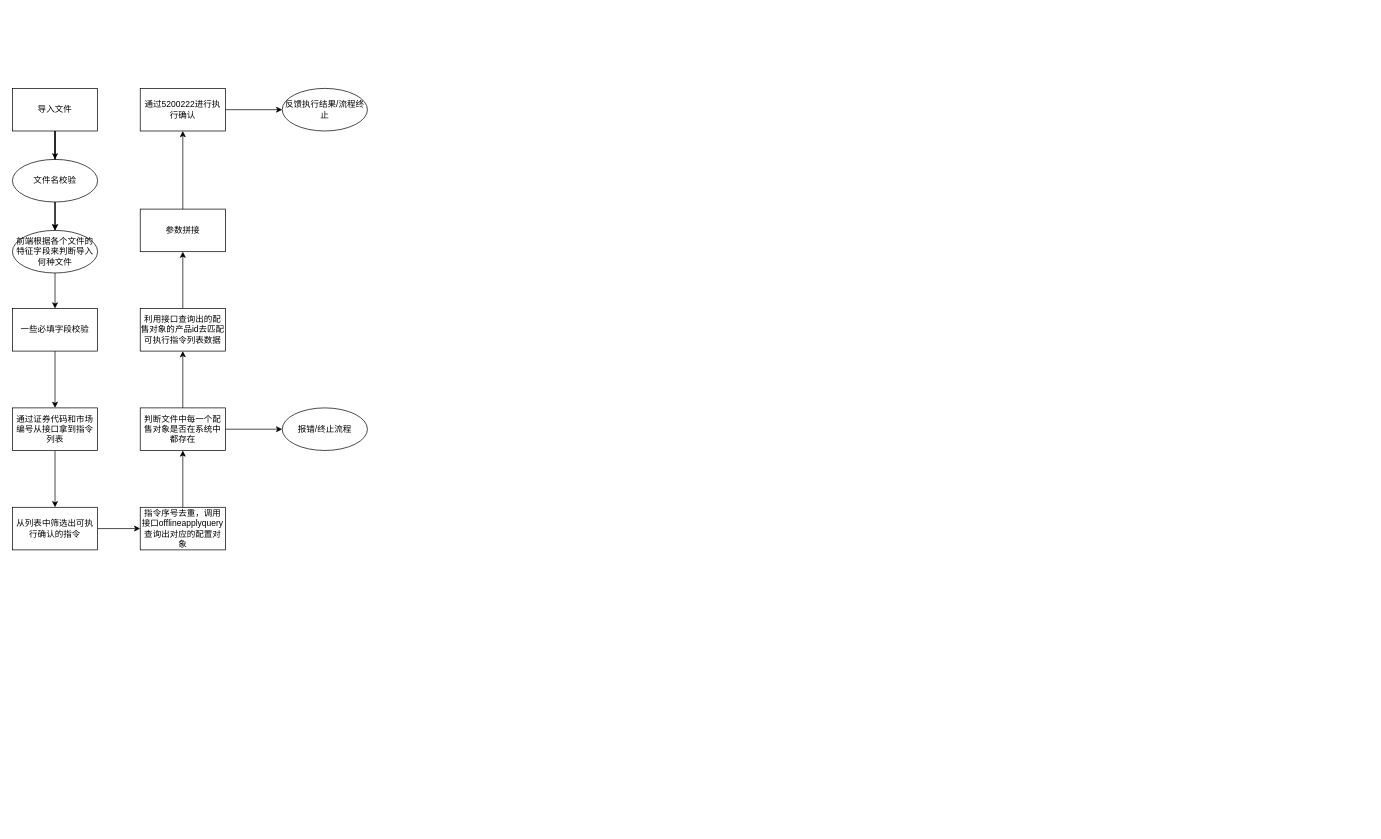
caiwuu/draw.io keeps this draw.io diagram as 执行确认.drawio. Above is the earlier version. Source tidied: cells renumbered, new cells numbered last; positions are measured from the earlier drawing's top-left corner, leaving out a move shared by most shapes. Both pictures are drawn from the tidied source at 71%, with x=0, y=0 at pixel (12, 88).
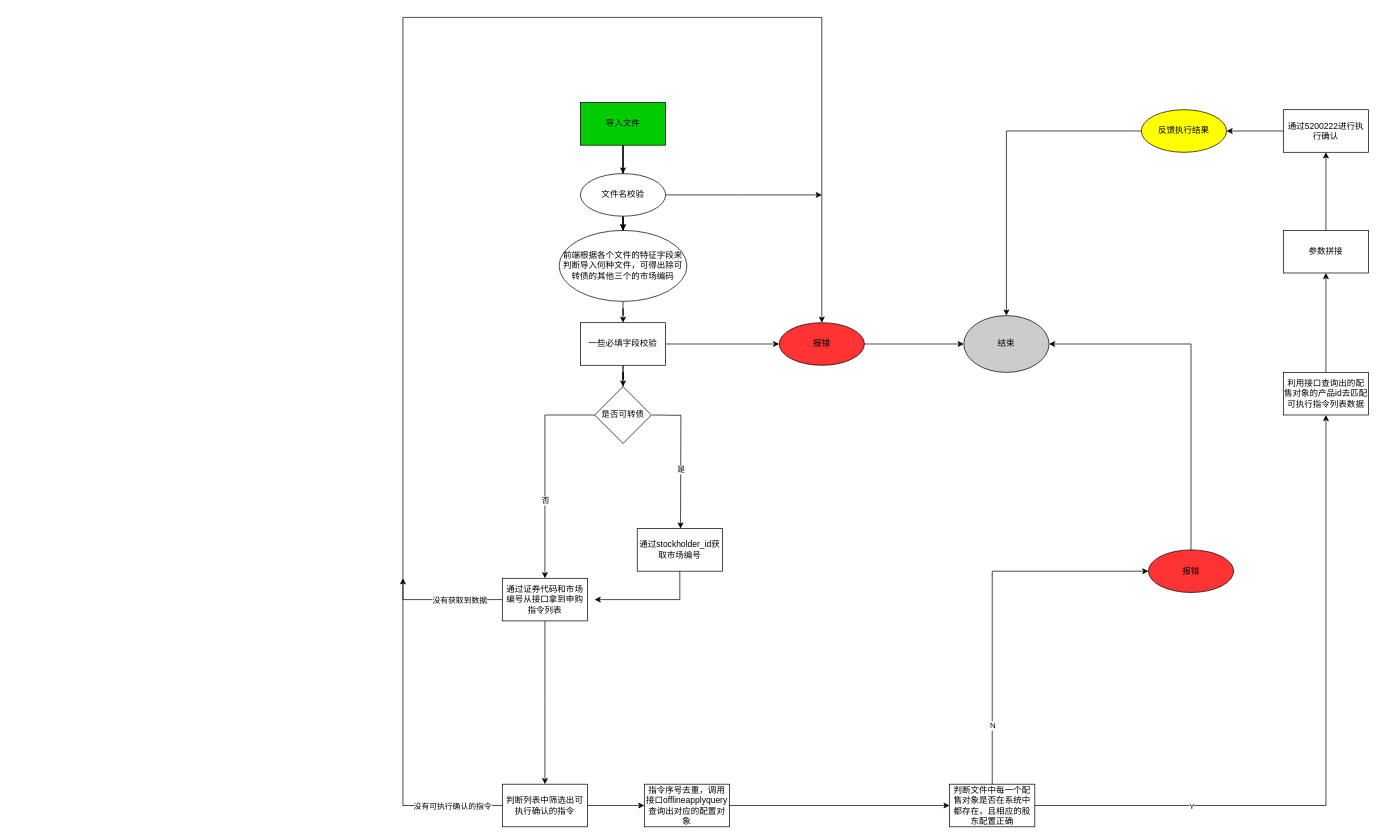
After the change.

Commit message:
更新执行确认.drawio

What changed in the source:
```diff
@@
-    <mxCell id="6" value="导入文件" style="rounded=0;whiteSpace=wrap;html=1;" parent="1" vertex="1">
-      <mxGeometry width="120" height="60" as="geometry" />
+    <mxCell id="6" value="导入文件" style="rounded=0;whiteSpace=wrap;html=1;fillColor=#00CC00;" parent="1" vertex="1">
+      <mxGeometry x="800" y="20" width="120" height="60" as="geometry" />
     </mxCell>
-    <mxCell id="7" style="edgeStyle=orthogonalEdgeStyle;rounded=0;jettySize=auto;html=1;" parent="1" edge="1" source="8" target="14">
+    <mxCell id="7" style="edgeStyle=orthogonalEdgeStyle;rounded=0;jettySize=auto;html=1;startArrow=none;exitX=0;exitY=0.5;exitDx=0;exitDy=0;" parent="1" edge="1" source="46" target="14">
       <mxGeometry relative="1" as="geometry" />
     </mxCell>
+    <mxCell id="30" value="否" style="edgeLabel;html=1;align=center;verticalAlign=middle;" parent="7" vertex="1">
+      <mxGeometry x="-0.01" y="1" relative="1" as="geometry">
+        <mxPoint x="-1" y="41" as="offset" />
+      </mxGeometry>
+    </mxCell>
+    <mxCell id="31" style="edgeStyle=orthogonalEdgeStyle;rounded=0;jettySize=auto;html=1;" parent="1" edge="1" source="8" target="46">
+      <mxGeometry relative="1" as="geometry" />
+    </mxCell>
+    <mxCell id="32" style="edgeStyle=orthogonalEdgeStyle;rounded=0;jettySize=auto;html=1;entryX=0;entryY=0.5;entryDx=0;entryDy=0;" parent="1" edge="1" source="8" target="51">
+      <mxGeometry relative="1" as="geometry" />
+    </mxCell>
     <mxCell id="8" value="一些必填字段校验" style="whiteSpace=wrap;html=1;rounded=0;" parent="1" vertex="1">
-      <mxGeometry y="310" width="120" height="60" as="geometry" />
+      <mxGeometry x="800" y="330" width="120" height="60" as="geometry" />
     </mxCell>
-    <mxCell id="9" value="前端根据各个文件的特征字段来判断导入何种文件" style="ellipse;whiteSpace=wrap;html=1;rounded=0;" parent="1" vertex="1">
-      <mxGeometry y="200" width="120" height="60" as="geometry" />
+    <mxCell id="9" value="前端根据各个文件的特征字段来判断导入何种文件，可得出除可转债的其他三个的市场编码" style="ellipse;whiteSpace=wrap;html=1;rounded=0;" parent="1" vertex="1">
+      <mxGeometry x="770" y="200" width="180" height="100" as="geometry" />
     </mxCell>
@@
+    <mxCell id="33" style="edgeStyle=orthogonalEdgeStyle;rounded=0;jettySize=auto;html=1;" parent="1" edge="1" source="11">
+      <mxGeometry relative="1" as="geometry">
+        <mxPoint x="1140" y="150" as="targetPoint" />
+      </mxGeometry>
+    </mxCell>
     <mxCell id="11" value="文件名校验" style="ellipse;whiteSpace=wrap;html=1;rounded=0;" parent="1" vertex="1">
-      <mxGeometry y="100" width="120" height="60" as="geometry" />
+      <mxGeometry x="800" y="120" width="120" height="60" as="geometry" />
     </mxCell>
@@
-    <mxCell id="13" style="edgeStyle=orthogonalEdgeStyle;rounded=0;jettySize=auto;html=1;" parent="1" edge="1" source="14" target="16">
-      <mxGeometry relative="1" as="geometry" />
-    </mxCell>
+    <mxCell id="34" style="edgeStyle=orthogonalEdgeStyle;rounded=0;jettySize=auto;html=1;entryX=0.5;entryY=0;entryDx=0;entryDy=0;" parent="1" edge="1" source="14" target="51">
+      <mxGeometry relative="1" as="geometry">
+        <Array as="points">
+          <mxPoint x="550" y="720" />
+          <mxPoint x="550" y="-100" />
+          <mxPoint x="1140" y="-100" />
+        </Array>
+      </mxGeometry>
+    </mxCell>
+    <mxCell id="35" value="没有获取到数据" style="edgeLabel;html=1;align=center;verticalAlign=middle;" parent="34" vertex="1">
+      <mxGeometry x="-0.95" y="1" relative="1" as="geometry">
+        <mxPoint x="-11" as="offset" />
+      </mxGeometry>
+    </mxCell>
+    <mxCell id="36" style="edgeStyle=orthogonalEdgeStyle;rounded=0;jettySize=auto;html=1;" parent="1" edge="1" source="14">
+      <mxGeometry relative="1" as="geometry">
+        <mxPoint x="750" y="980" as="targetPoint" />
+      </mxGeometry>
+    </mxCell>
-    <mxCell id="14" value="通过证券代码和市场编号从接口拿到指令列表" style="rounded=0;whiteSpace=wrap;html=1;" parent="1" vertex="1">
-      <mxGeometry y="450" width="120" height="60" as="geometry" />
+    <mxCell id="14" value="通过证券代码和市场编号从接口拿到申购指令列表" style="rounded=0;whiteSpace=wrap;html=1;" parent="1" vertex="1">
+      <mxGeometry x="690" y="690" width="120" height="60" as="geometry" />
     </mxCell>
@@
+    <mxCell id="37" style="edgeStyle=orthogonalEdgeStyle;rounded=0;jettySize=auto;html=1;" parent="1" edge="1" source="16">
+      <mxGeometry relative="1" as="geometry">
+        <mxPoint x="550" y="690" as="targetPoint" />
+        <Array as="points">
+          <mxPoint x="550" y="1010" />
+        </Array>
+      </mxGeometry>
+    </mxCell>
+    <mxCell id="38" value="没有可执行确认的指令" style="edgeLabel;html=1;align=center;verticalAlign=middle;" parent="37" vertex="1">
+      <mxGeometry x="-0.81" relative="1" as="geometry">
+        <mxPoint x="-27" as="offset" />
+      </mxGeometry>
+    </mxCell>
-    <mxCell id="16" value="从列表中筛选出可执行确认的指令" style="rounded=0;whiteSpace=wrap;html=1;" parent="1" vertex="1">
-      <mxGeometry y="590" width="120" height="60" as="geometry" />
+    <mxCell id="16" value="判断列表中筛选出可执行确认的指令" style="rounded=0;whiteSpace=wrap;html=1;" parent="1" vertex="1">
+      <mxGeometry x="690" y="980" width="120" height="60" as="geometry" />
     </mxCell>
@@
     <mxCell id="18" value="指令序号去重，调用接口offlineapplyquery查询出对应的配置对象" style="rounded=0;whiteSpace=wrap;html=1;" parent="1" vertex="1">
-      <mxGeometry x="180" y="590" width="120" height="60" as="geometry" />
+      <mxGeometry x="890" y="980" width="120" height="60" as="geometry" />
     </mxCell>
     <mxCell id="19" style="edgeStyle=orthogonalEdgeStyle;rounded=0;jettySize=auto;html=1;" parent="1" edge="1" source="21" target="22">
-      <mxGeometry relative="1" as="geometry" />
+      <mxGeometry relative="1" as="geometry">
+        <Array as="points">
+          <mxPoint x="1380" y="680" />
+        </Array>
+      </mxGeometry>
     </mxCell>
+    <mxCell id="39" value="N" style="edgeLabel;html=1;align=center;verticalAlign=middle;" parent="19" vertex="1">
+      <mxGeometry x="-0.68" relative="1" as="geometry" />
+    </mxCell>
     <mxCell id="20" style="edgeStyle=orthogonalEdgeStyle;rounded=0;jettySize=auto;html=1;" parent="1" edge="1" source="21" target="24">
-      <mxGeometry relative="1" as="geometry" />
+      <mxGeometry relative="1" as="geometry">
+        <Array as="points">
+          <mxPoint x="1850" y="1010" />
+        </Array>
+      </mxGeometry>
     </mxCell>
+    <mxCell id="40" value="Y" style="edgeLabel;html=1;align=center;verticalAlign=middle;" parent="20" vertex="1">
+      <mxGeometry x="-0.69" y="-1" relative="1" as="geometry">
+        <mxPoint x="71" y="-1" as="offset" />
+      </mxGeometry>
+    </mxCell>
-    <mxCell id="21" value="判断文件中每一个配售对象是否在系统中都存在" style="whiteSpace=wrap;html=1;rounded=0;" parent="1" vertex="1">
-      <mxGeometry x="180" y="450" width="120" height="60" as="geometry" />
+    <mxCell id="21" value="判断文件中每一个配售对象是否在系统中都存在，且相应的股东配置正确" style="whiteSpace=wrap;html=1;rounded=0;" parent="1" vertex="1">
+      <mxGeometry x="1320" y="980" width="120" height="60" as="geometry" />
     </mxCell>
+    <mxCell id="41" style="edgeStyle=orthogonalEdgeStyle;rounded=0;jettySize=auto;html=1;" parent="1" edge="1" source="22" target="43">
+      <mxGeometry relative="1" as="geometry">
+        <Array as="points">
+          <mxPoint x="1660" y="360" />
+        </Array>
+      </mxGeometry>
+    </mxCell>
-    <mxCell id="22" value="报错/终止流程" style="ellipse;whiteSpace=wrap;html=1;rounded=0;" parent="1" vertex="1">
-      <mxGeometry x="380" y="450" width="120" height="60" as="geometry" />
+    <mxCell id="22" value="报错" style="ellipse;whiteSpace=wrap;html=1;rounded=0;fillColor=#FF3333;" parent="1" vertex="1">
+      <mxGeometry x="1600" y="650" width="120" height="60" as="geometry" />
     </mxCell>
@@
     <mxCell id="24" value="利用接口查询出的配售对象的产品id去匹配可执行指令列表数据" style="whiteSpace=wrap;html=1;rounded=0;" parent="1" vertex="1">
-      <mxGeometry x="180" y="310" width="120" height="60" as="geometry" />
+      <mxGeometry x="1790" y="400" width="120" height="60" as="geometry" />
     </mxCell>
@@
     <mxCell id="26" value="参数拼接" style="whiteSpace=wrap;html=1;rounded=0;" parent="1" vertex="1">
-      <mxGeometry x="180" y="170" width="120" height="60" as="geometry" />
+      <mxGeometry x="1790" y="200" width="120" height="60" as="geometry" />
     </mxCell>
@@
     <mxCell id="28" value="通过5200222进行执行确认" style="whiteSpace=wrap;html=1;rounded=0;" parent="1" vertex="1">
-      <mxGeometry x="180" width="120" height="60" as="geometry" />
+      <mxGeometry x="1790" y="30" width="120" height="60" as="geometry" />
     </mxCell>
+    <mxCell id="42" style="edgeStyle=orthogonalEdgeStyle;rounded=0;jettySize=auto;html=1;entryX=0.5;entryY=0;entryDx=0;entryDy=0;" parent="1" edge="1" source="29" target="43">
+      <mxGeometry relative="1" as="geometry" />
+    </mxCell>
-    <mxCell id="29" value="反馈执行结果/流程终止" style="ellipse;whiteSpace=wrap;html=1;rounded=0;" parent="1" vertex="1">
-      <mxGeometry x="380" width="120" height="60" as="geometry" />
+    <mxCell id="29" value="反馈执行结果" style="ellipse;whiteSpace=wrap;html=1;rounded=0;fillColor=#FFFF00;" parent="1" vertex="1">
+      <mxGeometry x="1590" y="30" width="120" height="60" as="geometry" />
     </mxCell>
+    <mxCell id="43" value="结束" style="ellipse;whiteSpace=wrap;html=1;fillColor=#CCCCCC;" parent="1" vertex="1">
+      <mxGeometry x="1340" y="320" width="120" height="80" as="geometry" />
+    </mxCell>
+    <mxCell id="44" style="edgeStyle=orthogonalEdgeStyle;rounded=0;orthogonalLoop=1;jettySize=auto;html=1;exitX=1;exitY=0.5;exitDx=0;exitDy=0;" parent="1" edge="1">
+      <mxGeometry relative="1" as="geometry">
+        <mxPoint x="901" y="460" as="sourcePoint" />
+        <mxPoint x="941" y="620" as="targetPoint" />
+      </mxGeometry>
+    </mxCell>
+    <mxCell id="45" value="是" style="edgeLabel;html=1;align=center;verticalAlign=middle;" parent="44" vertex="1">
+      <mxGeometry x="-0.01" y="2" relative="1" as="geometry">
+        <mxPoint x="-2" y="17" as="offset" />
+      </mxGeometry>
+    </mxCell>
+    <mxCell id="46" value="是否可转债" style="rhombus;whiteSpace=wrap;html=1;rounded=0;" parent="1" vertex="1">
+      <mxGeometry x="820" y="420" width="80" height="80" as="geometry" />
+    </mxCell>
+    <mxCell id="47" style="edgeStyle=orthogonalEdgeStyle;rounded=0;jettySize=auto;html=1;endArrow=none;" parent="1" edge="1" source="8" target="46">
+      <mxGeometry relative="1" as="geometry" />
+    </mxCell>
+    <mxCell id="48" style="edgeStyle=orthogonalEdgeStyle;rounded=0;jettySize=auto;html=1;" parent="1" edge="1" source="49">
+      <mxGeometry relative="1" as="geometry">
+        <mxPoint x="820" y="720" as="targetPoint" />
+        <Array as="points">
+          <mxPoint x="940" y="720" />
+          <mxPoint x="830" y="720" />
+        </Array>
+      </mxGeometry>
+    </mxCell>
+    <mxCell id="49" value="通过stockholder_id获取市场编号" style="rounded=0;whiteSpace=wrap;html=1;fillColor=none;" parent="1" vertex="1">
+      <mxGeometry x="880" y="620" width="120" height="60" as="geometry" />
+    </mxCell>
+    <mxCell id="50" style="edgeStyle=orthogonalEdgeStyle;rounded=0;jettySize=auto;html=1;entryX=0;entryY=0.5;entryDx=0;entryDy=0;" parent="1" edge="1" source="51" target="43">
+      <mxGeometry relative="1" as="geometry" />
+    </mxCell>
+    <mxCell id="51" value="报错" style="ellipse;whiteSpace=wrap;html=1;rounded=0;fillColor=#FF3333;" parent="1" vertex="1">
+      <mxGeometry x="1080" y="330" width="120" height="60" as="geometry" />
+    </mxCell>
```
